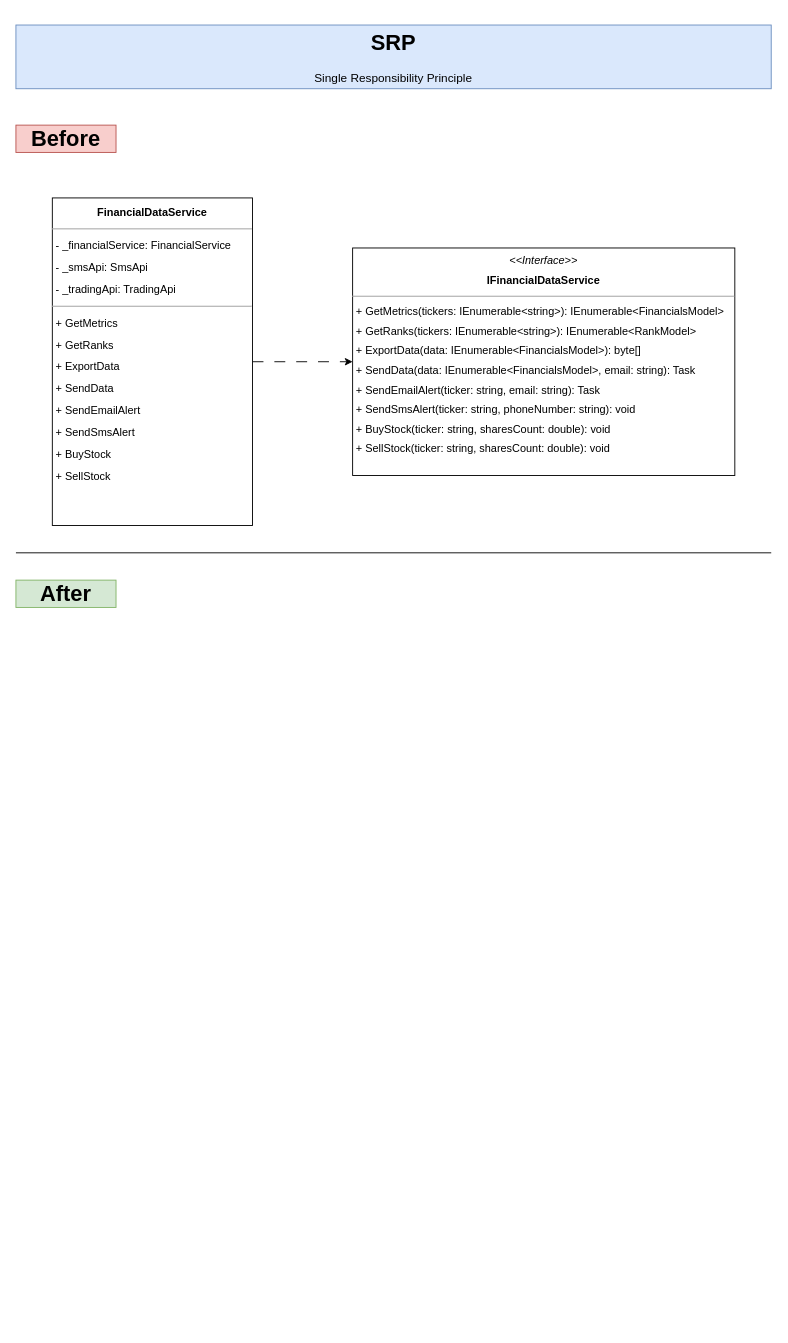
Above: Diagrams/SRP.drawio in svilenp/Principles (draw.io), before the change. Source tidied: cells renumbered, new cells numbered last; positions are measured from the earlier drawing's top-left corner, leaving out a move shared by most shapes. Both pictures are drawn from the tidied source at 91%, with x=0, y=0 at pixel (15, 25).
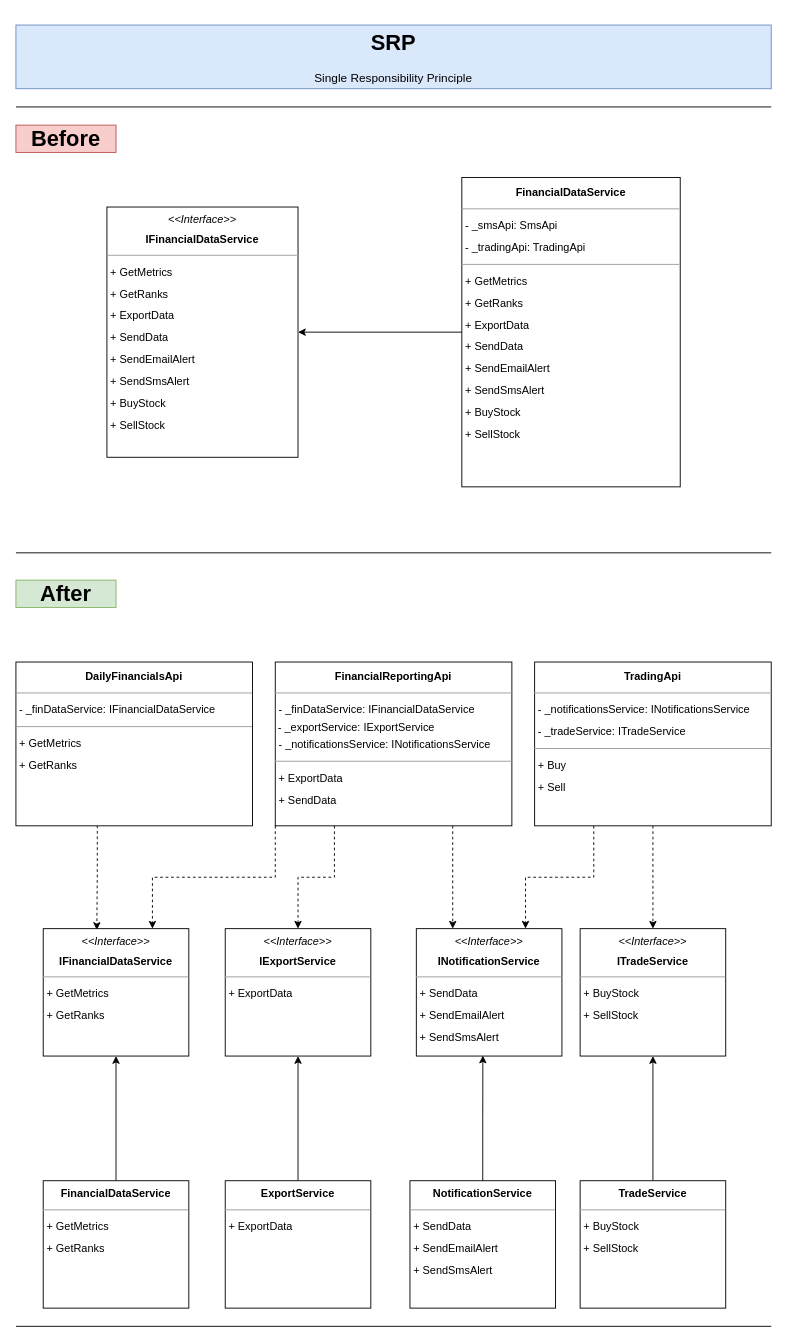
After the change.

What changed in the source:
```diff
@@
-    <mxCell id="5" style="edgeStyle=orthogonalEdgeStyle;rounded=0;jettySize=auto;html=1;dashed=1;dashPattern=12 12;" parent="1" edge="1" source="6" target="7">
+    <mxCell id="5" style="edgeStyle=orthogonalEdgeStyle;rounded=0;jettySize=auto;html=1;" parent="1" edge="1" source="6" target="7">
       <mxGeometry relative="1" as="geometry" />
     </mxCell>
-    <mxCell id="6" value="&lt;p style=&quot;text-align: center; margin: 4px 0px 0px; line-height: 200%;&quot;&gt;&lt;b&gt;FinancialDataService           &lt;/b&gt;&lt;br&gt;&lt;/p&gt;&lt;hr style=&quot;line-height: 200%;&quot; size=&quot;1&quot;&gt;&lt;p style=&quot;margin: 0px 0px 0px 4px; line-height: 200%;&quot;&gt; - _financialService: FinancialService&amp;nbsp;&lt;/p&gt;&lt;p style=&quot;margin: 0px 0px 0px 4px; line-height: 200%;&quot;&gt;- _smsApi: SmsApi&amp;nbsp;&lt;br&gt;- _tradingApi: TradingApi&lt;/p&gt;&lt;hr style=&quot;line-height: 200%;&quot; size=&quot;1&quot;&gt;&lt;p style=&quot;margin: 0px 0px 0px 4px; line-height: 200%;&quot;&gt;+ GetMetrics&amp;nbsp;&lt;/p&gt;&lt;p style=&quot;margin: 0px 0px 0px 4px; line-height: 200%;&quot;&gt;+ GetRanks&amp;nbsp;&lt;/p&gt;&lt;p style=&quot;margin: 0px 0px 0px 4px; line-height: 200%;&quot;&gt;+ ExportData&lt;/p&gt;&lt;p style=&quot;margin: 0px 0px 0px 4px; line-height: 200%;&quot;&gt;+ SendData&lt;/p&gt;&lt;p style=&quot;margin: 0px 0px 0px 4px; line-height: 200%;&quot;&gt;&lt;span style=&quot;background-color: initial;&quot;&gt;+ SendEmailAlert&lt;/span&gt;&lt;/p&gt;&lt;p style=&quot;margin: 0px 0px 0px 4px; line-height: 200%;&quot;&gt;&lt;span style=&quot;background-color: initial;&quot;&gt;+ SendSmsAlert&lt;/span&gt;&lt;/p&gt;&lt;p style=&quot;margin: 0px 0px 0px 4px; line-height: 200%;&quot;&gt;&lt;span style=&quot;background-color: initial;&quot;&gt;+ BuyStock&lt;/span&gt;&lt;/p&gt;&lt;p style=&quot;margin: 0px 0px 0px 4px; line-height: 200%;&quot;&gt;&lt;span style=&quot;background-color: initial;&quot;&gt;+ SellStock&lt;/span&gt;&lt;/p&gt;" style="verticalAlign=top;align=left;overflow=fill;fontSize=12;fontFamily=Helvetica;html=1;whiteSpace=wrap;" parent="1" vertex="1">
-      <mxGeometry x="40" y="190" width="220" height="360" as="geometry" />
+    <mxCell id="6" value="&lt;p style=&quot;text-align: center; margin: 4px 0px 0px; line-height: 200%;&quot;&gt;&lt;b&gt;FinancialDataService           &lt;/b&gt;&lt;br&gt;&lt;/p&gt;&lt;hr style=&quot;line-height: 200%;&quot; size=&quot;1&quot;&gt;&lt;p style=&quot;margin: 0px 0px 0px 4px; line-height: 200%;&quot;&gt;&lt;span style=&quot;background-color: initial;&quot;&gt;- _smsApi: SmsApi&amp;nbsp;&lt;/span&gt;&lt;br&gt;&lt;/p&gt;&lt;p style=&quot;margin: 0px 0px 0px 4px; line-height: 200%;&quot;&gt;- _tradingApi: TradingApi&lt;/p&gt;&lt;hr style=&quot;line-height: 200%;&quot; size=&quot;1&quot;&gt;&lt;p style=&quot;margin: 0px 0px 0px 4px; line-height: 200%;&quot;&gt;+ GetMetrics&amp;nbsp;&lt;/p&gt;&lt;p style=&quot;margin: 0px 0px 0px 4px; line-height: 200%;&quot;&gt;+ GetRanks&amp;nbsp;&lt;/p&gt;&lt;p style=&quot;margin: 0px 0px 0px 4px; line-height: 200%;&quot;&gt;+ ExportData&lt;/p&gt;&lt;p style=&quot;margin: 0px 0px 0px 4px; line-height: 200%;&quot;&gt;+ SendData&lt;/p&gt;&lt;p style=&quot;margin: 0px 0px 0px 4px; line-height: 200%;&quot;&gt;&lt;span style=&quot;background-color: initial;&quot;&gt;+ SendEmailAlert&lt;/span&gt;&lt;/p&gt;&lt;p style=&quot;margin: 0px 0px 0px 4px; line-height: 200%;&quot;&gt;&lt;span style=&quot;background-color: initial;&quot;&gt;+ SendSmsAlert&lt;/span&gt;&lt;/p&gt;&lt;p style=&quot;margin: 0px 0px 0px 4px; line-height: 200%;&quot;&gt;&lt;span style=&quot;background-color: initial;&quot;&gt;+ BuyStock&lt;/span&gt;&lt;/p&gt;&lt;p style=&quot;margin: 0px 0px 0px 4px; line-height: 200%;&quot;&gt;&lt;span style=&quot;background-color: initial;&quot;&gt;+ SellStock&lt;/span&gt;&lt;/p&gt;" style="verticalAlign=top;align=left;overflow=fill;fontSize=12;fontFamily=Helvetica;html=1;whiteSpace=wrap;" parent="1" vertex="1">
+      <mxGeometry x="490" y="167.5" width="240" height="340" as="geometry" />
     </mxCell>
-    <mxCell id="7" value="&lt;p style=&quot;margin: 4px 0px 0px; text-align: center; line-height: 180%;&quot;&gt;&lt;i&gt;&amp;lt;&amp;lt;Interface&amp;gt;&amp;gt;&lt;/i&gt;&lt;br&gt;&lt;b&gt;IFinancialDataService           &lt;/b&gt;&lt;br&gt;&lt;/p&gt;&lt;hr style=&quot;line-height: 180%;&quot; size=&quot;1&quot;&gt;&lt;p style=&quot;margin: 0px 0px 0px 4px; line-height: 180%;&quot;&gt;&lt;/p&gt;&lt;p style=&quot;border-color: var(--border-color); margin: 0px 0px 0px 4px; line-height: 180%;&quot;&gt;+ GetMetrics(tickers: IEnumerable&amp;lt;string&amp;gt;): IEnumerable&amp;lt;FinancialsModel&amp;gt;&amp;nbsp;&lt;/p&gt;&lt;p style=&quot;border-color: var(--border-color); margin: 0px 0px 0px 4px; line-height: 180%;&quot;&gt;+ GetRanks(tickers: IEnumerable&amp;lt;string&amp;gt;): IEnumerable&amp;lt;RankModel&amp;gt;&amp;nbsp;&lt;/p&gt;&lt;p style=&quot;border-color: var(--border-color); margin: 0px 0px 0px 4px; line-height: 180%;&quot;&gt;+ ExportData(data: IEnumerable&amp;lt;FinancialsModel&amp;gt;): byte[]&amp;nbsp;&lt;/p&gt;&lt;p style=&quot;border-color: var(--border-color); margin: 0px 0px 0px 4px; line-height: 180%;&quot;&gt;+ SendData(data: IEnumerable&amp;lt;FinancialsModel&amp;gt;, email: string): Task&lt;/p&gt;&lt;p style=&quot;border-color: var(--border-color); margin: 0px 0px 0px 4px; line-height: 180%;&quot;&gt;+ SendEmailAlert(ticker: string, email: string): Task&lt;/p&gt;&lt;p style=&quot;border-color: var(--border-color); margin: 0px 0px 0px 4px; line-height: 180%;&quot;&gt;&lt;span style=&quot;border-color: var(--border-color); background-color: initial;&quot;&gt;+ SendSmsAlert(ticker: string, phoneNumber: string): void&amp;nbsp;&lt;/span&gt;&lt;/p&gt;&lt;p style=&quot;border-color: var(--border-color); margin: 0px 0px 0px 4px; line-height: 180%;&quot;&gt;&lt;span style=&quot;border-color: var(--border-color); background-color: initial;&quot;&gt;+ BuyStock(ticker: string, sharesCount: double): void&lt;/span&gt;&lt;/p&gt;&lt;p style=&quot;border-color: var(--border-color); margin: 0px 0px 0px 4px; line-height: 180%;&quot;&gt;&lt;span style=&quot;border-color: var(--border-color); background-color: initial;&quot;&gt;+ SellStock(ticker: string, sharesCount: double): void&lt;/span&gt;&lt;/p&gt;" style="verticalAlign=top;align=left;overflow=fill;fontSize=12;fontFamily=Helvetica;html=1;whiteSpace=wrap;" parent="1" vertex="1">
-      <mxGeometry x="370" y="245" width="420" height="250" as="geometry" />
+    <mxCell id="7" value="&lt;p style=&quot;margin: 4px 0px 0px; text-align: center; line-height: 180%;&quot;&gt;&lt;i&gt;&amp;lt;&amp;lt;Interface&amp;gt;&amp;gt;&lt;/i&gt;&lt;br&gt;&lt;b&gt;IFinancialDataService           &lt;/b&gt;&lt;br&gt;&lt;/p&gt;&lt;hr style=&quot;line-height: 180%;&quot; size=&quot;1&quot;&gt;&lt;p style=&quot;margin: 0px 0px 0px 4px; line-height: 180%;&quot;&gt;&lt;/p&gt;&lt;p style=&quot;border-color: var(--border-color); margin: 0px 0px 0px 4px; line-height: 24px;&quot;&gt;+ GetMetrics&amp;nbsp;&lt;/p&gt;&lt;p style=&quot;border-color: var(--border-color); margin: 0px 0px 0px 4px; line-height: 24px;&quot;&gt;+ GetRanks&amp;nbsp;&lt;/p&gt;&lt;p style=&quot;border-color: var(--border-color); margin: 0px 0px 0px 4px; line-height: 24px;&quot;&gt;+ ExportData&lt;/p&gt;&lt;p style=&quot;border-color: var(--border-color); margin: 0px 0px 0px 4px; line-height: 24px;&quot;&gt;+ SendData&lt;/p&gt;&lt;p style=&quot;border-color: var(--border-color); margin: 0px 0px 0px 4px; line-height: 24px;&quot;&gt;+ SendEmailAlert&lt;/p&gt;&lt;p style=&quot;border-color: var(--border-color); margin: 0px 0px 0px 4px; line-height: 24px;&quot;&gt;&lt;span style=&quot;border-color: var(--border-color); background-color: initial;&quot;&gt;+ SendSmsAlert&lt;/span&gt;&lt;/p&gt;&lt;p style=&quot;border-color: var(--border-color); margin: 0px 0px 0px 4px; line-height: 24px;&quot;&gt;&lt;span style=&quot;border-color: var(--border-color); background-color: initial;&quot;&gt;+ BuyStock&lt;/span&gt;&lt;/p&gt;&lt;p style=&quot;border-color: var(--border-color); margin: 0px 0px 0px 4px; line-height: 24px;&quot;&gt;&lt;span style=&quot;border-color: var(--border-color); background-color: initial;&quot;&gt;+ SellStock&lt;/span&gt;&lt;/p&gt;" style="verticalAlign=top;align=left;overflow=fill;fontSize=12;fontFamily=Helvetica;html=1;whiteSpace=wrap;" parent="1" vertex="1">
+      <mxGeometry x="100" y="200" width="210" height="275" as="geometry" />
     </mxCell>
@@
+    <mxCell id="9" style="edgeStyle=orthogonalEdgeStyle;rounded=0;jettySize=auto;html=1;entryX=0.5;entryY=1;entryDx=0;entryDy=0;" parent="1" edge="1" source="10" target="25">
+      <mxGeometry relative="1" as="geometry" />
+    </mxCell>
+    <mxCell id="10" value="&lt;p style=&quot;margin: 4px 0px 0px; text-align: center; line-height: 180%;&quot;&gt;&lt;b&gt;FinancialDataService           &lt;/b&gt;&lt;br&gt;&lt;/p&gt;&lt;hr style=&quot;line-height: 180%;&quot; size=&quot;1&quot;&gt;&lt;p style=&quot;margin: 0px 0px 0px 4px; line-height: 180%;&quot;&gt;&lt;/p&gt;&lt;p style=&quot;border-color: var(--border-color); margin: 0px 0px 0px 4px; line-height: 24px;&quot;&gt;+ GetMetrics&amp;nbsp;&lt;/p&gt;&lt;p style=&quot;border-color: var(--border-color); margin: 0px 0px 0px 4px; line-height: 24px;&quot;&gt;+ GetRanks&amp;nbsp;&lt;/p&gt;" style="verticalAlign=top;align=left;overflow=fill;fontSize=12;fontFamily=Helvetica;html=1;whiteSpace=wrap;" parent="1" vertex="1">
+      <mxGeometry x="30" y="1270" width="160" height="140" as="geometry" />
+    </mxCell>
+    <mxCell id="11" value="&lt;p style=&quot;margin: 4px 0px 0px; text-align: center; line-height: 180%;&quot;&gt;&lt;b&gt;NotificationService&lt;/b&gt;&lt;br&gt;&lt;/p&gt;&lt;hr style=&quot;line-height: 180%;&quot; size=&quot;1&quot;&gt;&lt;p style=&quot;margin: 0px 0px 0px 4px; line-height: 180%;&quot;&gt;&lt;/p&gt;&lt;p style=&quot;border-color: var(--border-color); margin: 0px 0px 0px 4px; line-height: 24px;&quot;&gt;&lt;span style=&quot;background-color: initial;&quot;&gt;+ SendData&lt;/span&gt;&lt;br&gt;&lt;/p&gt;&lt;p style=&quot;border-color: var(--border-color); margin: 0px 0px 0px 4px; line-height: 24px;&quot;&gt;+ SendEmailAlert&lt;/p&gt;&lt;p style=&quot;border-color: var(--border-color); margin: 0px 0px 0px 4px; line-height: 24px;&quot;&gt;&lt;span style=&quot;border-color: var(--border-color); background-color: initial;&quot;&gt;+ SendSmsAlert&lt;/span&gt;&lt;/p&gt;" style="verticalAlign=top;align=left;overflow=fill;fontSize=12;fontFamily=Helvetica;html=1;whiteSpace=wrap;" parent="1" vertex="1">
+      <mxGeometry x="433" y="1270" width="160" height="140" as="geometry" />
+    </mxCell>
+    <mxCell id="12" style="edgeStyle=orthogonalEdgeStyle;rounded=0;jettySize=auto;html=1;entryX=0.5;entryY=1;entryDx=0;entryDy=0;" parent="1" edge="1" source="13" target="27">
+      <mxGeometry relative="1" as="geometry" />
+    </mxCell>
+    <mxCell id="13" value="&lt;p style=&quot;margin: 4px 0px 0px; text-align: center; line-height: 180%;&quot;&gt;&lt;b&gt;TradeService&lt;/b&gt;&lt;br&gt;&lt;/p&gt;&lt;hr style=&quot;line-height: 180%;&quot; size=&quot;1&quot;&gt;&lt;p style=&quot;margin: 0px 0px 0px 4px; line-height: 180%;&quot;&gt;&lt;/p&gt;&lt;p style=&quot;border-color: var(--border-color); margin: 0px 0px 0px 4px; line-height: 24px;&quot;&gt;&lt;span style=&quot;background-color: initial;&quot;&gt;+ BuyStock&lt;/span&gt;&lt;br&gt;&lt;/p&gt;&lt;p style=&quot;border-color: var(--border-color); margin: 0px 0px 0px 4px; line-height: 24px;&quot;&gt;&lt;span style=&quot;border-color: var(--border-color); background-color: initial;&quot;&gt;+ SellStock&lt;/span&gt;&lt;/p&gt;" style="verticalAlign=top;align=left;overflow=fill;fontSize=12;fontFamily=Helvetica;html=1;whiteSpace=wrap;" parent="1" vertex="1">
+      <mxGeometry x="620" y="1270" width="160" height="140" as="geometry" />
+    </mxCell>
+    <mxCell id="14" style="edgeStyle=orthogonalEdgeStyle;rounded=0;jettySize=auto;html=1;entryX=0.5;entryY=1;entryDx=0;entryDy=0;" parent="1" edge="1" source="15" target="28">
+      <mxGeometry relative="1" as="geometry" />
+    </mxCell>
+    <mxCell id="15" value="&lt;p style=&quot;margin: 4px 0px 0px; text-align: center; line-height: 180%;&quot;&gt;&lt;b&gt;ExportService&lt;/b&gt;&lt;br&gt;&lt;/p&gt;&lt;hr style=&quot;line-height: 180%;&quot; size=&quot;1&quot;&gt;&lt;p style=&quot;margin: 0px 0px 0px 4px; line-height: 180%;&quot;&gt;&lt;/p&gt;&lt;p style=&quot;border-color: var(--border-color); margin: 0px 0px 0px 4px; line-height: 24px;&quot;&gt;&lt;span style=&quot;background-color: initial;&quot;&gt;+ ExportData&lt;/span&gt;&lt;br&gt;&lt;/p&gt;&lt;p style=&quot;border-color: var(--border-color); margin: 0px 0px 0px 4px; line-height: 24px;&quot;&gt;&lt;br&gt;&lt;/p&gt;" style="verticalAlign=top;align=left;overflow=fill;fontSize=12;fontFamily=Helvetica;html=1;whiteSpace=wrap;" parent="1" vertex="1">
+      <mxGeometry x="230" y="1270" width="160" height="140" as="geometry" />
+    </mxCell>
+    <mxCell id="16" style="edgeStyle=orthogonalEdgeStyle;rounded=0;jettySize=auto;html=1;entryX=0.368;entryY=0.01;entryDx=0;entryDy=0;exitX=0.344;exitY=0.998;exitDx=0;exitDy=0;exitPerimeter=0;entryPerimeter=0;dashed=1;" parent="1" edge="1" source="17" target="25">
+      <mxGeometry relative="1" as="geometry" />
+    </mxCell>
+    <mxCell id="17" value="&lt;p style=&quot;text-align: center; margin: 4px 0px 0px; line-height: 200%;&quot;&gt;&lt;b&gt;DailyFinancialsApi&lt;/b&gt;&lt;br&gt;&lt;/p&gt;&lt;hr style=&quot;line-height: 200%;&quot; size=&quot;1&quot;&gt;&lt;p style=&quot;margin: 0px 0px 0px 4px; line-height: 200%;&quot;&gt; - _finDataService: IFinancialDataService&amp;nbsp;&lt;br&gt;&lt;/p&gt;&lt;hr style=&quot;line-height: 200%;&quot; size=&quot;1&quot;&gt;&lt;p style=&quot;margin: 0px 0px 0px 4px; line-height: 200%;&quot;&gt;+ GetMetrics&amp;nbsp;&lt;/p&gt;&lt;p style=&quot;margin: 0px 0px 0px 4px; line-height: 200%;&quot;&gt;+ GetRanks&amp;nbsp;&lt;/p&gt;" style="verticalAlign=top;align=left;overflow=fill;fontSize=12;fontFamily=Helvetica;html=1;whiteSpace=wrap;" parent="1" vertex="1">
+      <mxGeometry y="700" width="260" height="180" as="geometry" />
+    </mxCell>
+    <mxCell id="18" style="edgeStyle=orthogonalEdgeStyle;rounded=0;jettySize=auto;html=1;exitX=0;exitY=1;exitDx=0;exitDy=0;entryX=0.75;entryY=0;entryDx=0;entryDy=0;dashed=1;" parent="1" edge="1" source="21" target="25">
+      <mxGeometry relative="1" as="geometry" />
+    </mxCell>
+    <mxCell id="19" style="edgeStyle=orthogonalEdgeStyle;rounded=0;jettySize=auto;html=1;exitX=0.25;exitY=1;exitDx=0;exitDy=0;entryX=0.5;entryY=0;entryDx=0;entryDy=0;dashed=1;" parent="1" edge="1" source="21" target="28">
+      <mxGeometry relative="1" as="geometry" />
+    </mxCell>
+    <mxCell id="20" style="edgeStyle=orthogonalEdgeStyle;rounded=0;jettySize=auto;html=1;exitX=0.75;exitY=1;exitDx=0;exitDy=0;entryX=0.25;entryY=0;entryDx=0;entryDy=0;dashed=1;" parent="1" edge="1" source="21" target="26">
+      <mxGeometry relative="1" as="geometry" />
+    </mxCell>
+    <mxCell id="21" value="&lt;p style=&quot;text-align: center; margin: 4px 0px 0px; line-height: 200%;&quot;&gt;&lt;b&gt;FinancialReportingApi&lt;/b&gt;&lt;br&gt;&lt;/p&gt;&lt;hr style=&quot;line-height: 200%;&quot; size=&quot;1&quot;&gt;&lt;p style=&quot;margin: 0px 0px 0px 4px; line-height: 200%;&quot;&gt; - _finDataService: IFinancialDataService&amp;nbsp;&lt;br&gt;&lt;/p&gt;&lt;p style=&quot;margin: 0px 0px 0px 4px; line-height: 200%;&quot;&gt;&lt;/p&gt;&amp;nbsp;- _exportService: IExportService&amp;nbsp;&lt;br style=&quot;border-color: var(--border-color);&quot;&gt;&lt;p style=&quot;margin: 0px 0px 0px 4px; line-height: 200%;&quot;&gt;- _notificationsService: INotificationsService&amp;nbsp;&lt;br style=&quot;border-color: var(--border-color);&quot;&gt;&lt;/p&gt;&lt;hr style=&quot;line-height: 200%;&quot; size=&quot;1&quot;&gt;&lt;p style=&quot;margin: 0px 0px 0px 4px; line-height: 200%;&quot;&gt;+ ExportData&amp;nbsp;&lt;/p&gt;&lt;p style=&quot;margin: 0px 0px 0px 4px; line-height: 200%;&quot;&gt;+ SendData&lt;/p&gt;" style="verticalAlign=top;align=left;overflow=fill;fontSize=12;fontFamily=Helvetica;html=1;whiteSpace=wrap;" parent="1" vertex="1">
+      <mxGeometry x="285" y="700" width="260" height="180" as="geometry" />
+    </mxCell>
+    <mxCell id="22" style="edgeStyle=orthogonalEdgeStyle;rounded=0;jettySize=auto;html=1;exitX=0.25;exitY=1;exitDx=0;exitDy=0;entryX=0.75;entryY=0;entryDx=0;entryDy=0;dashed=1;" parent="1" edge="1" source="24" target="26">
+      <mxGeometry relative="1" as="geometry" />
+    </mxCell>
+    <mxCell id="23" style="edgeStyle=orthogonalEdgeStyle;rounded=0;jettySize=auto;html=1;dashed=1;" parent="1" edge="1" source="24" target="27">
+      <mxGeometry relative="1" as="geometry" />
+    </mxCell>
+    <mxCell id="24" value="&lt;p style=&quot;text-align: center; margin: 4px 0px 0px; line-height: 200%;&quot;&gt;&lt;b&gt;TradingApi&lt;/b&gt;&lt;br&gt;&lt;/p&gt;&lt;hr style=&quot;line-height: 200%;&quot; size=&quot;1&quot;&gt;&lt;p style=&quot;margin: 0px 0px 0px 4px; line-height: 200%;&quot;&gt;- _notificationsService: INotificationsService&lt;br&gt;&lt;/p&gt;&lt;p style=&quot;margin: 0px 0px 0px 4px; line-height: 200%;&quot;&gt;- _tradeService: ITradeService&lt;/p&gt;&lt;hr style=&quot;line-height: 200%;&quot; size=&quot;1&quot;&gt;&lt;p style=&quot;margin: 0px 0px 0px 4px; line-height: 200%;&quot;&gt;+ Buy&lt;/p&gt;&lt;p style=&quot;margin: 0px 0px 0px 4px; line-height: 200%;&quot;&gt;+ Sell&lt;/p&gt;" style="verticalAlign=top;align=left;overflow=fill;fontSize=12;fontFamily=Helvetica;html=1;whiteSpace=wrap;" parent="1" vertex="1">
+      <mxGeometry x="570" y="700" width="260" height="180" as="geometry" />
+    </mxCell>
+    <mxCell id="25" value="&lt;p style=&quot;margin: 4px 0px 0px; text-align: center; line-height: 180%;&quot;&gt;&lt;i&gt;&amp;lt;&amp;lt;Interface&amp;gt;&amp;gt;&lt;/i&gt;&lt;br&gt;&lt;b&gt;IFinancialDataService           &lt;/b&gt;&lt;br&gt;&lt;/p&gt;&lt;hr style=&quot;line-height: 180%;&quot; size=&quot;1&quot;&gt;&lt;p style=&quot;margin: 0px 0px 0px 4px; line-height: 180%;&quot;&gt;&lt;/p&gt;&lt;p style=&quot;border-color: var(--border-color); margin: 0px 0px 0px 4px; line-height: 24px;&quot;&gt;+ GetMetrics&amp;nbsp;&lt;/p&gt;&lt;p style=&quot;border-color: var(--border-color); margin: 0px 0px 0px 4px; line-height: 24px;&quot;&gt;+ GetRanks&amp;nbsp;&lt;/p&gt;" style="verticalAlign=top;align=left;overflow=fill;fontSize=12;fontFamily=Helvetica;html=1;whiteSpace=wrap;" parent="1" vertex="1">
+      <mxGeometry x="30" y="993" width="160" height="140" as="geometry" />
+    </mxCell>
+    <mxCell id="26" value="&lt;p style=&quot;margin: 4px 0px 0px; text-align: center; line-height: 180%;&quot;&gt;&lt;i&gt;&amp;lt;&amp;lt;Interface&amp;gt;&amp;gt;&lt;/i&gt;&lt;br&gt;&lt;b&gt;INotificationService&lt;/b&gt;&lt;br&gt;&lt;/p&gt;&lt;hr style=&quot;line-height: 180%;&quot; size=&quot;1&quot;&gt;&lt;p style=&quot;margin: 0px 0px 0px 4px; line-height: 180%;&quot;&gt;&lt;/p&gt;&lt;p style=&quot;border-color: var(--border-color); margin: 0px 0px 0px 4px; line-height: 24px;&quot;&gt;&lt;span style=&quot;background-color: initial;&quot;&gt;+ SendData&lt;/span&gt;&lt;br&gt;&lt;/p&gt;&lt;p style=&quot;border-color: var(--border-color); margin: 0px 0px 0px 4px; line-height: 24px;&quot;&gt;+ SendEmailAlert&lt;/p&gt;&lt;p style=&quot;border-color: var(--border-color); margin: 0px 0px 0px 4px; line-height: 24px;&quot;&gt;&lt;span style=&quot;border-color: var(--border-color); background-color: initial;&quot;&gt;+ SendSmsAlert&lt;/span&gt;&lt;/p&gt;" style="verticalAlign=top;align=left;overflow=fill;fontSize=12;fontFamily=Helvetica;html=1;whiteSpace=wrap;" parent="1" vertex="1">
+      <mxGeometry x="440" y="993" width="160" height="140" as="geometry" />
+    </mxCell>
+    <mxCell id="27" value="&lt;p style=&quot;margin: 4px 0px 0px; text-align: center; line-height: 180%;&quot;&gt;&lt;i&gt;&amp;lt;&amp;lt;Interface&amp;gt;&amp;gt;&lt;/i&gt;&lt;br&gt;&lt;b&gt;ITradeService&lt;/b&gt;&lt;br&gt;&lt;/p&gt;&lt;hr style=&quot;line-height: 180%;&quot; size=&quot;1&quot;&gt;&lt;p style=&quot;margin: 0px 0px 0px 4px; line-height: 180%;&quot;&gt;&lt;/p&gt;&lt;p style=&quot;border-color: var(--border-color); margin: 0px 0px 0px 4px; line-height: 24px;&quot;&gt;&lt;span style=&quot;background-color: initial;&quot;&gt;+ BuyStock&lt;/span&gt;&lt;br&gt;&lt;/p&gt;&lt;p style=&quot;border-color: var(--border-color); margin: 0px 0px 0px 4px; line-height: 24px;&quot;&gt;&lt;span style=&quot;border-color: var(--border-color); background-color: initial;&quot;&gt;+ SellStock&lt;/span&gt;&lt;/p&gt;" style="verticalAlign=top;align=left;overflow=fill;fontSize=12;fontFamily=Helvetica;html=1;whiteSpace=wrap;" parent="1" vertex="1">
+      <mxGeometry x="620" y="993" width="160" height="140" as="geometry" />
+    </mxCell>
+    <mxCell id="28" value="&lt;p style=&quot;margin: 4px 0px 0px; text-align: center; line-height: 180%;&quot;&gt;&lt;i&gt;&amp;lt;&amp;lt;Interface&amp;gt;&amp;gt;&lt;/i&gt;&lt;br&gt;&lt;b&gt;IExportService&lt;/b&gt;&lt;br&gt;&lt;/p&gt;&lt;hr style=&quot;line-height: 180%;&quot; size=&quot;1&quot;&gt;&lt;p style=&quot;margin: 0px 0px 0px 4px; line-height: 180%;&quot;&gt;&lt;/p&gt;&lt;p style=&quot;border-color: var(--border-color); margin: 0px 0px 0px 4px; line-height: 24px;&quot;&gt;&lt;span style=&quot;background-color: initial;&quot;&gt;+ ExportData&lt;/span&gt;&lt;br&gt;&lt;/p&gt;&lt;p style=&quot;border-color: var(--border-color); margin: 0px 0px 0px 4px; line-height: 24px;&quot;&gt;&lt;br&gt;&lt;/p&gt;" style="verticalAlign=top;align=left;overflow=fill;fontSize=12;fontFamily=Helvetica;html=1;whiteSpace=wrap;" parent="1" vertex="1">
+      <mxGeometry x="230" y="993" width="160" height="140" as="geometry" />
+    </mxCell>
+    <mxCell id="29" style="edgeStyle=orthogonalEdgeStyle;rounded=0;jettySize=auto;html=1;entryX=0.457;entryY=0.996;entryDx=0;entryDy=0;entryPerimeter=0;" parent="1" edge="1" source="11" target="26">
+      <mxGeometry relative="1" as="geometry" />
+    </mxCell>
+    <mxCell id="30" style="endArrow=none;html=1;rounded=0;" parent="1" edge="1">
+      <mxGeometry relative="1" as="geometry">
+        <mxPoint y="1430" as="sourcePoint" />
+        <mxPoint x="830" y="1430" as="targetPoint" />
+      </mxGeometry>
+    </mxCell>
+    <mxCell id="31" style="endArrow=none;html=1;rounded=0;" parent="1" edge="1">
+      <mxGeometry relative="1" as="geometry">
+        <mxPoint y="90" as="sourcePoint" />
+        <mxPoint x="830" y="90" as="targetPoint" />
+      </mxGeometry>
+    </mxCell>
```
